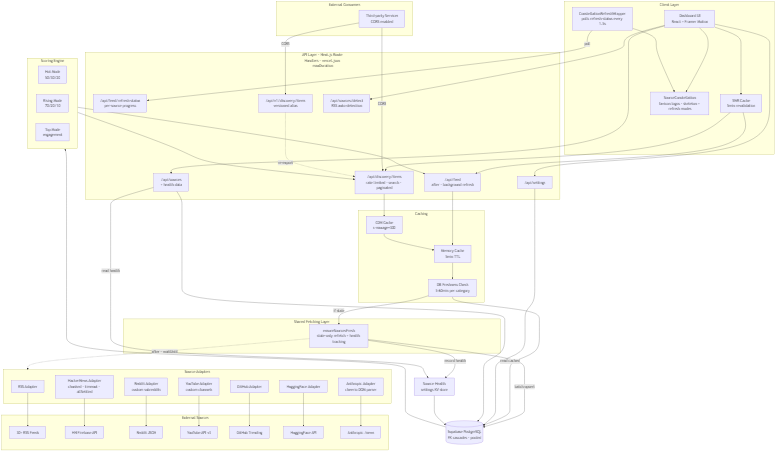
The Mermaid diagram docs/architecture.png in yairbederman/AI-Trends-Dashboard, before a commit. Its source is kept beside it as docs/architecture.mmd.
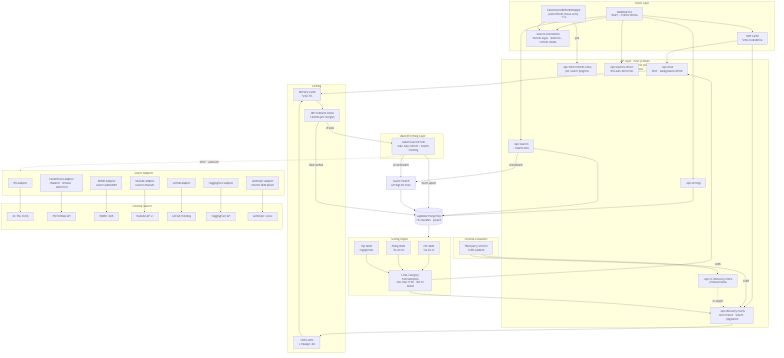
After the change.

Commit message:
Update docs to reflect cross-category normalization and display logic

Add cross-category normalization section to product spec, document
avg-based KPI, daily highlight rotation, and round-robin interleaving
in dashboard views. Add normalization node to architecture diagram.

The edit, as a diff of the source:
```diff
@@ -44,6 +44,7 @@
         Hot[Hot Mode<br/>50/30/20]
         Rising[Rising Mode<br/>70/20/10]
         Top[Top Mode<br/>engagement]
+        Normalize[Cross-Category Normalization<br/>min-max 15–85 · 80/20 blend]
     end
 
     subgraph External["External Sources"]
@@ -97,5 +98,8 @@
     Health --> DB
 
     DB --> Scoring
-    Scoring --> Feed
-    Scoring --> Discovery
+    Hot --> Normalize
+    Rising --> Normalize
+    Top --> Normalize
+    Normalize --> Feed
+    Normalize --> Discovery
```
